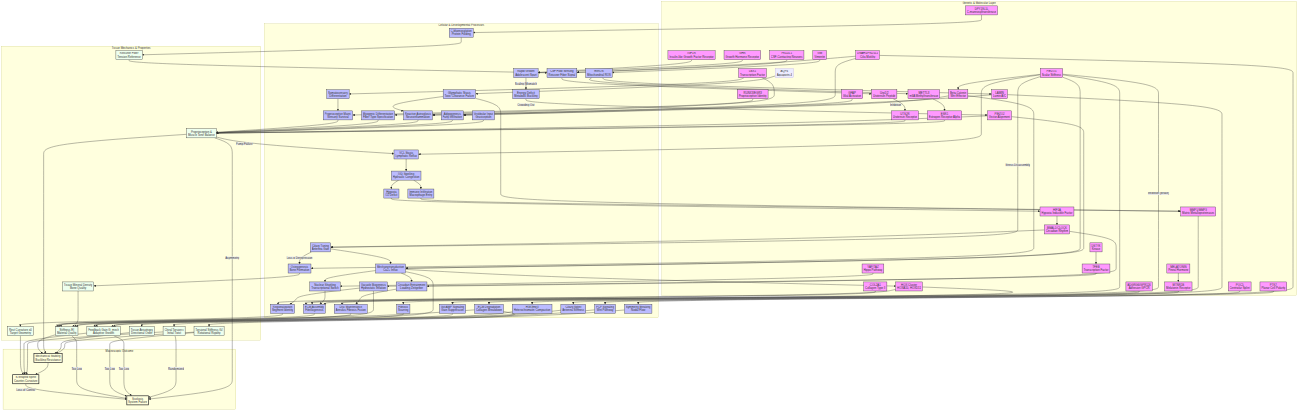
The Mermaid diagram docs/figures/scoliosis_mechanism_map.png in sayuj1989-ops/life, before a commit. Its source is kept beside it as docs/figures/scoliosis_mechanism_map.mmd. The source it was exported from:
```mermaid
graph TD
    subgraph Genetics [Genetic & Molecular Layer]
        HOX[HOX Cluster<br/>HOXA10, HOXD11]
        COL[COL2A1<br/>Collagen Type II]
        PIEZO1[PIEZO1<br/>Scalar Stiffness]
        PIEZO2[PIEZO2<br/>Vector Alignment]
        CILIA[DNAH5/PKD1L1<br/>Cilia Motility]
        LBX1[LBX1<br/>Transcription Factor]
        ADGRG6[ADGRG6/GPR126<br/>Adhesion GPCR]
        PTK7[PTK7<br/>Planar Cell Polarity]
        YAP[YAP/TAZ<br/>Hippo Pathway]
        PKD2L1[PKD2L1<br/>CSF-Contacting Neurons]
        MMP[MMP1/MMP3<br/>Matrix Metalloproteinases]
        URP[Urp1/2<br/>Urotensin Peptide]
        UTS2R[UTS2R<br/>Urotensin Receptor]
        GFAP[GFAP<br/>Glial Activation]
        VIM[VIM<br/>Vimentin]
        LAMIN[LAMIN<br/>Lamin A/C]
        BMAL1[BMAL1/CLOCK<br/>Circadian Rhythm]
        RUNX3[RUNX3/EGR3<br/>Proprioceptive Identity]
        METTL3[METTL3<br/>m6A Methyltransferase]
        ESR1[ESR1<br/>Estrogen Receptor Alpha]
        AQP4[AQP4<br/>Aquaporin-4]
        MELATONIN[MELATONIN<br/>Pineal Hormone]
        MT2[MTNR1B<br/>Melatonin Receptor]
        HIF1A[HIF1A<br/>Hypoxia Inducible Factor]
        POC5[POC5<br/>Centriolar Splint]
        DSTYK[DSTYK<br/>Kinase]
        TFEB[TFEB<br/>Transcription Factor]
        Beta_Catenin[Beta-Catenin<br/>Wnt Effector]
        DPY19L1L[DPY19L1L<br/>C-mannosyltransferase]
        IGF1R[IGF1R<br/>Insulin-like Growth Factor Receptor]
        GHR[GHR<br/>Growth Hormone Receptor]
        SOST[SOST<br/>Sclerostin]
        FBN1[FBN1<br/>Fibrillin-1]
    end

    subgraph Processes [Cellular & Developmental Processes]
        Astrogliosis[Reactive Astrogliosis<br/>Neuroinflammation]
        Region[Regionalization<br/>Segment Identity]
        ECM_Assembly[ECM Assembly<br/>Fibrillogenesis]
        Nucl_Shuttle[Nuclear Shuttling<br/>Transcriptional Switch]
        Mech_Trans[Mechanotransduction<br/>Ca2+ Influx]
        Sym_Break[Symmetry Breaking<br/>Nodal Flow]
        CSF_Sensing[CSF Flow Sensing<br/>Reissner Fiber Signal]
        Neur_Diff[Somatosensory<br/>Differentiation]
        Muscle_Diff[Myogenic Differentiation<br/>Fiber Type Specification]
        Disc_Maint[Disc Maintenance<br/>Annulus Fibrosis Fusion]
        PCP_Sig[PCP Signaling<br/>Wnt Pathway]
        Degradation[ECM Degradation<br/>Collagen Breakdown]
        mtROS[mtROS<br/>Mitochondrial ROS]
        Adipogenesis[Adipogenesis<br/>Fatty Infiltration]
        Hydraulic_Congestion[IVD Swelling<br/>Hydraulic Congestion]
        Immune_Infilt[Immune Infiltration<br/>Macrophage Entry]
        Circadian_Entrain[Circadian Entrainment<br/>Loading Zeitgeber]
        Proprio_Maint[Proprioceptive Maint.<br/>Sensory Survival]
        H3K9me3[H3K9me3<br/>Heterochromatin Compaction]
        VCL_Stasis[VCL Stasis<br/>Lymphatic Reflux]
        Glymphatic_Stasis[Glymphatic Stasis<br/>Toxic Clearance Failure]
        Vestibular_Input[Vestibular Input<br/>Graviception]
        Gi_cAMP[Gi/cAMP Signaling<br/>Gain Suppression]
        Ciliary_Tuning[Ciliary Tuning<br/>Antenna Gain]
        Hypoxia[Hypoxia<br/>O2 Deficit]
        Osteogenesis[Osteogenesis<br/>Bone Formation]
        Ciliary_Splint[Ciliary Splint<br/>Antenna Stiffness]
        Vacuole_Biogenesis[Vacuole Biogenesis<br/>Hydrostatic Inflation]
        C_Mannosylation[C-Mannosylation<br/>Protein Folding]
        Rapid_Growth[Rapid Growth<br/>Adolescent Spurt]
        Energy_Deficit[Energy Deficit<br/>Metabolic Buckling]
        Fibrosis[Fibrosis<br/>Scarring]
        TGFB[TGF-Beta Signaling<br/>Sequestration Failure]
    end

    subgraph Tissue [Tissue Mechanics & Properties]
        Rest_Kappa[Rest Curvature κ0<br/>Target Geometry]
        Stiffness[Stiffness EI<br/>Material Quality]
        Torsional_Stiffness[Torsional Stiffness GJ<br/>Rotational Rigidity]
        Gain[Feedback Gain G_mech<br/>Adaptive Growth]
        Torsion[Chiral Torsion ε<br/>Initial Twist]
        Muscle_Tone[Proprioception &<br/>Muscle Tone Balance]
        Anisotropy[Tissue Anisotropy<br/>Directional Order]
        TMD[Tissue Mineral Density<br/>Bone Quality]
        Reissner_Fiber[Reissner Fiber<br/>Tension Reference]
    end

    subgraph Outcome [Macroscopic Outcome]
        S_Curve[S-Shaped Spine<br/>Counter-Curvature]
        Stability[Mechanical Stability<br/>Buckling Resistance]
        Scoliosis[Scoliosis<br/>System Failure]
    end

    HOX --> Region
    Region --> Rest_Kappa
    Rest_Kappa --> S_Curve

    COL --> ECM_Assembly
    ECM_Assembly --> Stiffness
    Stiffness --> Stability

    PIEZO1 --> Mech_Trans
    PIEZO2 --> Mech_Trans
    Mech_Trans --> Gain
    Gain --> S_Curve

    PIEZO1 --> ECM_Assembly
    PIEZO2 --> Muscle_Tone

    CILIA --> Sym_Break
    Sym_Break --> Torsion
    Torsion --> S_Curve

    LBX1 --> Neur_Diff
    LBX1 --> Muscle_Diff
    Neur_Diff --> Proprio_Maint
    Proprio_Maint --> Muscle_Tone
    Muscle_Diff --> Muscle_Tone
    Muscle_Tone --> Stability

    RUNX3 --> Proprio_Maint

    ADGRG6 --> Disc_Maint
    Disc_Maint --> Stiffness

    PTK7 --> PCP_Sig
    PCP_Sig --> Anisotropy
    Anisotropy --> Stability

    YAP --> Nucl_Shuttle
    Nucl_Shuttle --> ECM_Assembly
    Mech_Trans --> Nucl_Shuttle

    CILIA --> CSF_Sensing
    PKD2L1 --> CSF_Sensing
    CSF_Sensing --> URP
    URP --> UTS2R
    UTS2R --> Muscle_Tone

    MMP --> Degradation
    Degradation --> Stiffness

    CILIA --> Astrogliosis
    GFAP --> Astrogliosis
    Astrogliosis --> Muscle_Tone

    VIM --> mtROS
    mtROS --> LAMIN
    LAMIN --> Adipogenesis
    Adipogenesis --> Muscle_Tone

    Hydraulic_Congestion --> Immune_Infilt
    Immune_Infilt --> MMP
    Degradation --> Torsional_Stiffness
    Torsional_Stiffness --> Stability

    AQP4 --> Glymphatic_Stasis
    Glymphatic_Stasis --> Astrogliosis

    Glymphatic_Stasis --> MMP

    MELATONIN --> MT2
    MT2 --> Gi_cAMP
    Gi_cAMP --> Gain

    Vestibular_Input --> Muscle_Tone

    Stability --> S_Curve
    S_Curve -- "Loss of Control" --> Scoliosis
    Stiffness -- "Too Low" --> Scoliosis
    Torsional_Stiffness -- "Too Low" --> Scoliosis
    Gain -- "Too Low" --> Scoliosis
    Torsion -- "Randomized" --> Scoliosis
    Muscle_Tone -- "Asymmetry" --> Scoliosis

    classDef gene fill:#f9f,stroke:#333,stroke-width:2px;
    classDef process fill:#bbf,stroke:#333,stroke-width:2px;
    classDef tissue fill:#efe,stroke:#333,stroke-width:2px;
    classDef outcome fill:#ffd,stroke:#333,stroke-width:4px;

    BMAL1 --> Circadian_Entrain
    Mech_Trans --> Circadian_Entrain
    Circadian_Entrain --> Disc_Maint

    BMAL1 --> Ciliary_Tuning
    Ciliary_Tuning --> Mech_Trans

    mtROS --> METTL3
    METTL3 --> ESR1
    ESR1 --> Muscle_Tone

    LAMIN --> H3K9me3
    H3K9me3 --> Gain

    Muscle_Tone -- "Pump Failure" --> VCL_Stasis
    VCL_Stasis --> Hydraulic_Congestion

    Hydraulic_Congestion --> Hypoxia
    Hypoxia --> HIF1A
    HIF1A --> BMAL1

    Mech_Trans --> HOX
    HOX --> ECM_Assembly

    Osteogenesis --> TMD
    TMD --> Stiffness

    PIEZO1 --> Beta_Catenin
    Beta_Catenin --> Osteogenesis
    Beta_Catenin -- "Inhibition" --> Adipogenesis

    POC5 --> Ciliary_Splint
    Ciliary_Splint --> Gain

    DSTYK --> TFEB
    TFEB --> Vacuole_Biogenesis
    Vacuole_Biogenesis --> Stiffness
    Vacuole_Biogenesis --> Region

    PIEZO1 -- "Stress Disassembly" --> Ciliary_Tuning
    Ciliary_Tuning -- "Loss = Derepression" --> Osteogenesis

    DPY19L1L --> C_Mannosylation
    C_Mannosylation --> Reissner_Fiber
    Reissner_Fiber --> CSF_Sensing

    IGF1R --> Rapid_Growth
    GHR --> Rapid_Growth
    Rapid_Growth -- "Scaling Mismatch" --> Energy_Deficit
    Energy_Deficit -- "Crowding Out" --> PIEZO2

    PIEZO1 --> VCL_Stasis

    PIEZO1 -- "Inhibition (Brake)" --> Fibrosis
    Fibrosis --> Stiffness

    PIEZO1 -- "Inhibition (Brake)" --> SOST
    SOST -- "Inhibition (Wnt)" --> Beta_Catenin

    FBN1 -- "Sequestration Failure" --> TGFB
    TGFB -- "Osteopenia" --> TMD
    TGFB -- "Fibrosis" --> Fibrosis
    TGFB -- "Stiffening" --> Stiffness

    class HOX,COL,PIEZO1,PIEZO2,CILIA,LBX1,ADGRG6,PTK7,YAP,PKD2L1,MMP,URP,UTS2R,GFAP,VIM,LAMIN,BMAL1,RUNX3,METTL3,ESR1,MELATONIN,MT2,HIF1A,POC5,DSTYK,TFEB,Beta_Catenin,DPY19L1L,IGF1R,GHR,SOST,FBN1 gene;
    class Region,ECM_Assembly,Mech_Trans,Sym_Break,Neur_Diff,Muscle_Diff,Disc_Maint,PCP_Sig,Nucl_Shuttle,CSF_Sensing,Degradation,Astrogliosis,mtROS,Adipogenesis,Hydraulic_Congestion,Immune_Infilt,Circadian_Entrain,Proprio_Maint,H3K9me3,VCL_Stasis,Glymphatic_Stasis,Vestibular_Input,Gi_cAMP,Ciliary_Tuning,Hypoxia,Osteogenesis,Ciliary_Splint,Vacuole_Biogenesis,C_Mannosylation,Rapid_Growth,Energy_Deficit,Fibrosis,TGFB process;
    class Rest_Kappa,Stiffness,Torsional_Stiffness,Gain,Torsion,Muscle_Tone,Anisotropy,TMD,Reissner_Fiber tissue;
    class S_Curve,Stability,Scoliosis outcome;
```
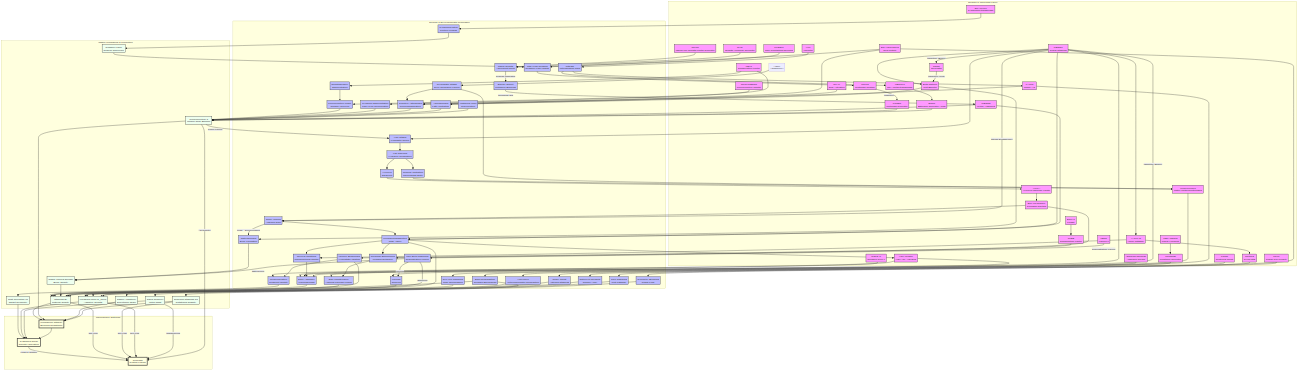
The same file after the commit.

Commit message:
Add Piezo1-YAP-CCN1/2 mechanism to causal map

Diff of the diagram source:
```diff
@@ -33,6 +33,7 @@
         GHR[GHR<br/>Growth Hormone Receptor]
         SOST[SOST<br/>Sclerostin]
         FBN1[FBN1<br/>Fibrillin-1]
+        CCN1_2[CCN1/2<br/>Cyr61/Ctgf]
     end
 
     subgraph Processes [Cellular & Developmental Processes]
@@ -69,6 +70,7 @@
         Energy_Deficit[Energy Deficit<br/>Metabolic Buckling]
         Fibrosis[Fibrosis<br/>Scarring]
         TGFB[TGF-Beta Signaling<br/>Sequestration Failure]
+        Dendrite_Form[Osteocyte Dendrite<br/>Sensor Array]
     end
 
     subgraph Tissue [Tissue Mechanics & Properties]
@@ -240,7 +242,12 @@
     TGFB -- "Fibrosis" --> Fibrosis
     TGFB -- "Stiffening" --> Stiffness
 
-    class HOX,COL,PIEZO1,PIEZO2,CILIA,LBX1,ADGRG6,PTK7,YAP,PKD2L1,MMP,URP,UTS2R,GFAP,VIM,LAMIN,BMAL1,RUNX3,METTL3,ESR1,MELATONIN,MT2,HIF1A,POC5,DSTYK,TFEB,Beta_Catenin,DPY19L1L,IGF1R,GHR,SOST,FBN1 gene;
-    class Region,ECM_Assembly,Mech_Trans,Sym_Break,Neur_Diff,Muscle_Diff,Disc_Maint,PCP_Sig,Nucl_Shuttle,CSF_Sensing,Degradation,Astrogliosis,mtROS,Adipogenesis,Hydraulic_Congestion,Immune_Infilt,Circadian_Entrain,Proprio_Maint,H3K9me3,VCL_Stasis,Glymphatic_Stasis,Vestibular_Input,Gi_cAMP,Ciliary_Tuning,Hypoxia,Osteogenesis,Ciliary_Splint,Vacuole_Biogenesis,C_Mannosylation,Rapid_Growth,Energy_Deficit,Fibrosis,TGFB process;
+    PIEZO1 --> YAP
+    YAP --> CCN1_2
+    CCN1_2 --> Dendrite_Form
+    Dendrite_Form --> Gain
+
+    class HOX,COL,PIEZO1,PIEZO2,CILIA,LBX1,ADGRG6,PTK7,YAP,PKD2L1,MMP,URP,UTS2R,GFAP,VIM,LAMIN,BMAL1,RUNX3,METTL3,ESR1,MELATONIN,MT2,HIF1A,POC5,DSTYK,TFEB,Beta_Catenin,DPY19L1L,IGF1R,GHR,SOST,FBN1,CCN1_2 gene;
+    class Region,ECM_Assembly,Mech_Trans,Sym_Break,Neur_Diff,Muscle_Diff,Disc_Maint,PCP_Sig,Nucl_Shuttle,CSF_Sensing,Degradation,Astrogliosis,mtROS,Adipogenesis,Hydraulic_Congestion,Immune_Infilt,Circadian_Entrain,Proprio_Maint,H3K9me3,VCL_Stasis,Glymphatic_Stasis,Vestibular_Input,Gi_cAMP,Ciliary_Tuning,Hypoxia,Osteogenesis,Ciliary_Splint,Vacuole_Biogenesis,C_Mannosylation,Rapid_Growth,Energy_Deficit,Fibrosis,TGFB,Dendrite_Form process;
     class Rest_Kappa,Stiffness,Torsional_Stiffness,Gain,Torsion,Muscle_Tone,Anisotropy,TMD,Reissner_Fiber tissue;
     class S_Curve,Stability,Scoliosis outcome;
```
